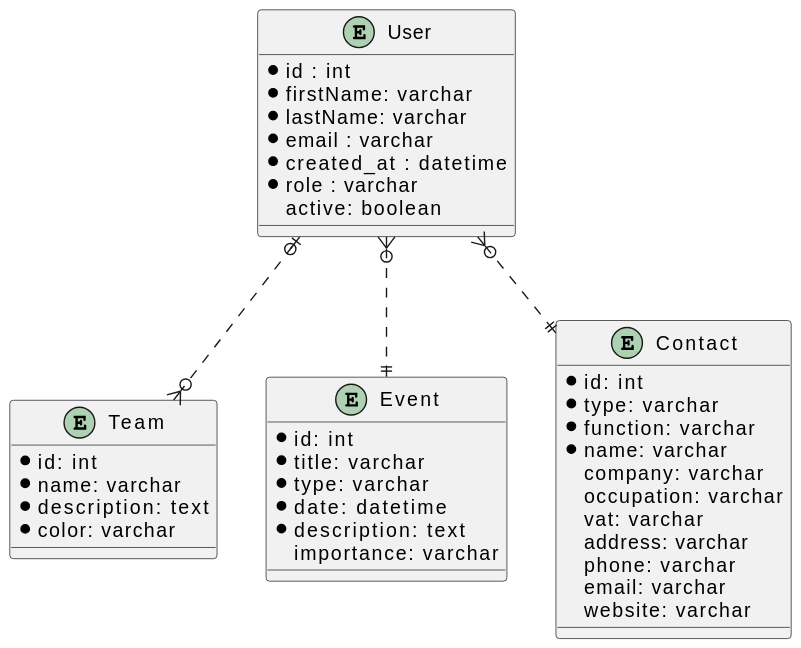
Lukam90/Sym-CRM keeps this PlantUML diagram as document/Database.svg. Above is the earlier version.
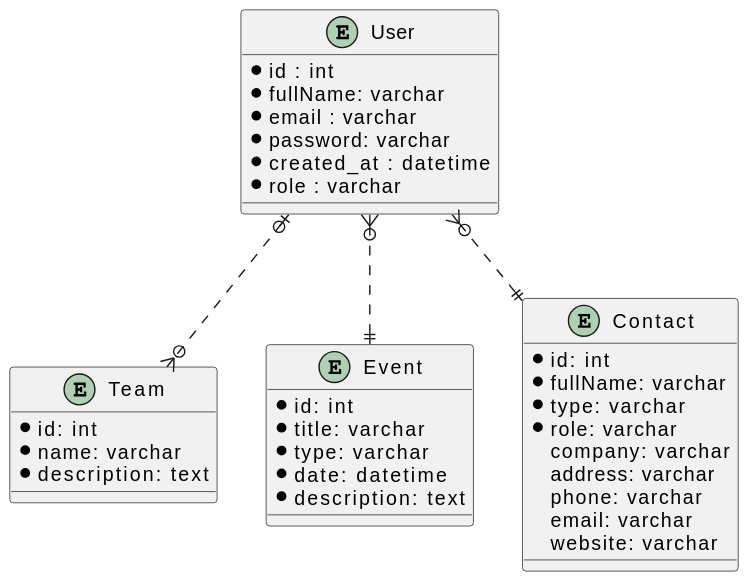
After the commit.

What changed in the source:
```diff
@@ -3,12 +3,11 @@
 
 entity User {
     *id : int
-    *firstName: varchar
-    *lastName: varchar
+    *fullName: varchar
     *email : varchar
+    *password: varchar
     *created_at : datetime
     *role : varchar
-    active: boolean
 }
 
 
@@ -16,7 +15,6 @@
     *id: int
     *name: varchar
     *description: text
-    *color: varchar
 }
 
 
@@ -26,18 +24,15 @@
     *type: varchar
     *date: datetime
     *description: text
-    importance: varchar
 }
 
 
 entity Contact {
     *id: int
+    *fullName: varchar
     *type: varchar
-    *function: varchar
-    *name: varchar
+    *role: varchar
     company: varchar
-    occupation: varchar
-    vat: varchar
     address: varchar
     phone: varchar
     email: varchar
```
